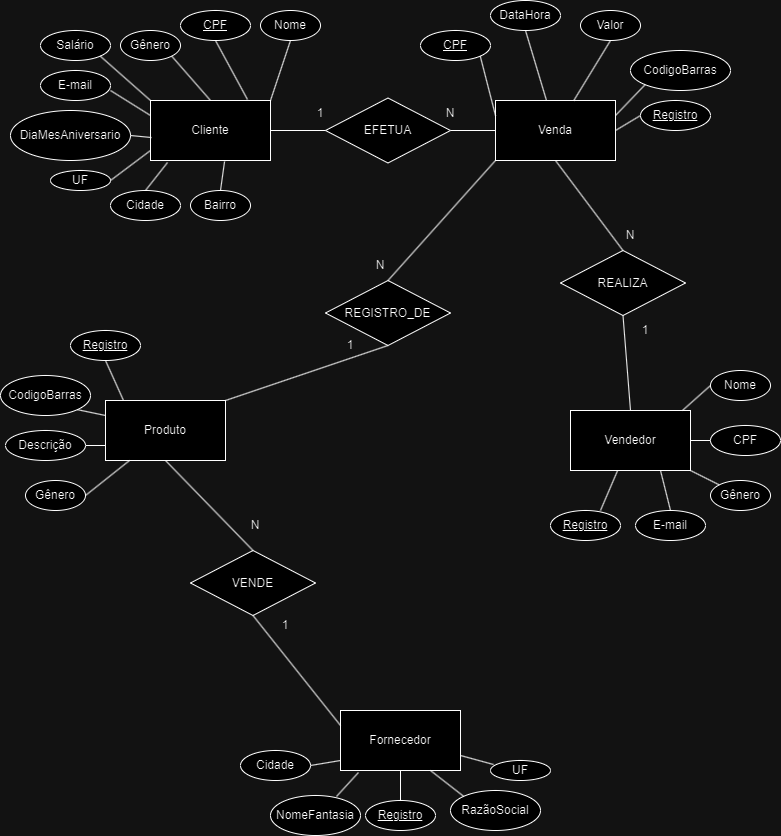
This is Banco_de_Dados_Relacional/5.01.der-vendas/der-vendas.drawio.png from tgoalm/Memorial_PUCRS, a draw.io export, as it was before one commit. Source tidied: cells renumbered, new cells last; positions are measured from the earlier drawing's top-left corner, leaving out a move shared by most shapes.
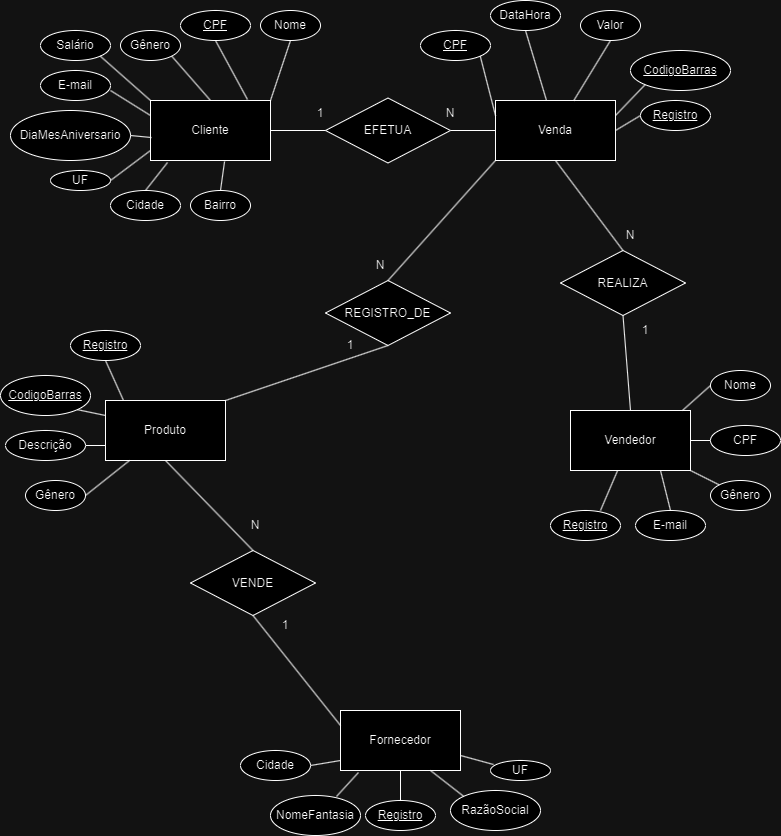
The same diagram one commit later.

Commit message:
Atualização do item 5.01.

Change to the diagram source:
```diff
@@ -73,13 +73,13 @@
     <mxCell id="24" value="Produto" style="rounded=0;whiteSpace=wrap;html=1;" parent="1" vertex="1">
       <mxGeometry x="105" y="400" width="120" height="60" as="geometry" />
     </mxCell>
-    <mxCell id="25" value="CodigoBarras" style="ellipse;whiteSpace=wrap;html=1;" parent="1" vertex="1">
+    <mxCell id="25" value="&lt;u&gt;CodigoBarras&lt;/u&gt;" style="ellipse;whiteSpace=wrap;html=1;" parent="1" vertex="1">
       <mxGeometry y="375" width="90" height="40" as="geometry" />
     </mxCell>
     <mxCell id="26" value="Descrição" style="ellipse;whiteSpace=wrap;html=1;" parent="1" vertex="1">
       <mxGeometry x="5" y="430" width="80" height="30" as="geometry" />
     </mxCell>
-    <mxCell id="27" value="CodigoBarras" style="ellipse;whiteSpace=wrap;html=1;" parent="1" vertex="1">
+    <mxCell id="27" value="&lt;u&gt;CodigoBarras&lt;/u&gt;" style="ellipse;whiteSpace=wrap;html=1;" parent="1" vertex="1">
       <mxGeometry x="630" y="50" width="100" height="40" as="geometry" />
     </mxCell>
     <mxCell id="28" value="&lt;u&gt;Registro&lt;/u&gt;" style="ellipse;whiteSpace=wrap;html=1;" parent="1" vertex="1">
```
